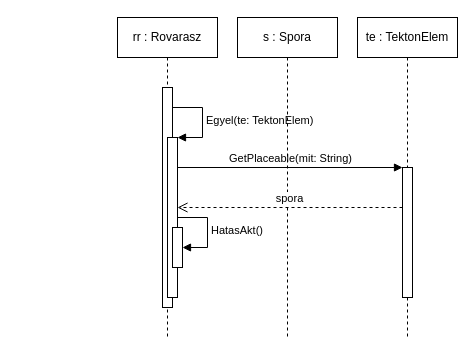
Before: UML/ujSzekvencia/Rovarasz_Egyel.drawio in CsipetCsapatProjlab/Project, a draw.io diagram. Source tidied: cells renumbered, new cells numbered last; positions are measured from the earlier drawing's top-left corner, leaving out a move shared by most shapes. Both pictures are drawn from the tidied source at 100%, with x=0, y=0 at pixel (117, 17).
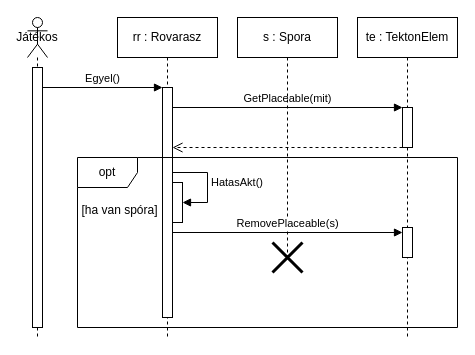
Above is the later version.

The change refers to these unchanged cells:
```xml
<mxCell id="2" value="rr : Rovarasz" style="shape=umlLifeline;perimeter=lifelinePerimeter;whiteSpace=wrap;html=1;newEdgeStyle={&quot;curved&quot;:0,&quot;rounded&quot;:0};" parent="1" vertex="1">
  <mxGeometry width="100" height="320" as="geometry" />
</mxCell>
<mxCell id="8" value="te : TektonElem" style="shape=umlLifeline;perimeter=lifelinePerimeter;whiteSpace=wrap;html=1;newEdgeStyle={&quot;curved&quot;:0,&quot;rounded&quot;:0};" parent="1" vertex="1">
  <mxGeometry x="240" width="100" height="320" as="geometry" />
</mxCell>
```

What changed in the source:
```diff
@@
     <mxCell id="3" style="html=1;points=[[0,0,0,0,5],[0,1,0,0,-5],[1,0,0,0,5],[1,1,0,0,-5]];perimeter=orthogonalPerimeter;outlineConnect=0;targetShapes=umlLifeline;portConstraint=eastwest;newEdgeStyle={&quot;curved&quot;:0,&quot;rounded&quot;:0};" parent="2" vertex="1">
-      <mxGeometry x="45" y="70" width="10" height="220" as="geometry" />
+      <mxGeometry x="45" y="70" width="10" height="230" as="geometry" />
     </mxCell>
-    <mxCell id="4" style="html=1;points=[[0,0,0,0,5],[0,1,0,0,-5],[1,0,0,0,5],[1,1,0,0,-5]];perimeter=orthogonalPerimeter;outlineConnect=0;targetShapes=umlLifeline;portConstraint=eastwest;newEdgeStyle={&quot;curved&quot;:0,&quot;rounded&quot;:0};" parent="2" vertex="1">
-      <mxGeometry x="50" y="120" width="10" height="160" as="geometry" />
-    </mxCell>
-    <mxCell id="5" value="Egyel(te: TektonElem)" style="html=1;align=left;spacingLeft=2;endArrow=block;rounded=0;edgeStyle=orthogonalEdgeStyle;curved=0;rounded=0;" parent="2" edge="1" target="4">
-      <mxGeometry relative="1" as="geometry">
-        <mxPoint x="55" y="90" as="sourcePoint" />
-        <Array as="points">
-          <mxPoint x="85" y="120" />
-        </Array>
-      </mxGeometry>
-    </mxCell>
     <mxCell id="6" style="html=1;points=[[0,0,0,0,5],[0,1,0,0,-5],[1,0,0,0,5],[1,1,0,0,-5]];perimeter=orthogonalPerimeter;outlineConnect=0;targetShapes=umlLifeline;portConstraint=eastwest;newEdgeStyle={&quot;curved&quot;:0,&quot;rounded&quot;:0};" parent="2" vertex="1">
-      <mxGeometry x="55" y="210" width="10" height="40" as="geometry" />
+      <mxGeometry x="55" y="165" width="10" height="40" as="geometry" />
     </mxCell>
-    <mxCell id="7" value="HatasAkt()" style="html=1;align=left;spacingLeft=2;endArrow=block;rounded=0;edgeStyle=orthogonalEdgeStyle;curved=0;rounded=0;" parent="2" edge="1" source="4" target="6">
+    <mxCell id="7" value="HatasAkt()" style="html=1;align=left;spacingLeft=2;endArrow=block;rounded=0;edgeStyle=orthogonalEdgeStyle;curved=0;rounded=0;" parent="2" edge="1" source="3" target="6">
       <mxGeometry relative="1" as="geometry">
         <Array as="points">
-          <mxPoint x="90" y="200" />
-          <mxPoint x="90" y="230" />
+          <mxPoint x="90" y="155" />
+          <mxPoint x="90" y="185" />
         </Array>
       </mxGeometry>
     </mxCell>
@@
     <mxCell id="9" style="html=1;points=[[0,0,0,0,5],[0,1,0,0,-5],[1,0,0,0,5],[1,1,0,0,-5]];perimeter=orthogonalPerimeter;outlineConnect=0;targetShapes=umlLifeline;portConstraint=eastwest;newEdgeStyle={&quot;curved&quot;:0,&quot;rounded&quot;:0};" parent="8" vertex="1">
-      <mxGeometry x="45" y="150" width="10" height="130" as="geometry" />
+      <mxGeometry x="45" y="90" width="10" height="40" as="geometry" />
     </mxCell>
+    <mxCell id="13" style="html=1;points=[[0,0,0,0,5],[0,1,0,0,-5],[1,0,0,0,5],[1,1,0,0,-5]];perimeter=orthogonalPerimeter;outlineConnect=0;targetShapes=umlLifeline;portConstraint=eastwest;newEdgeStyle={&quot;curved&quot;:0,&quot;rounded&quot;:0};" parent="8" vertex="1">
+      <mxGeometry x="45" y="210" width="10" height="30" as="geometry" />
+    </mxCell>
-    <mxCell id="10" value="GetPlaceable(mit: String)" style="html=1;verticalAlign=bottom;endArrow=block;curved=0;rounded=0;" parent="1" edge="1" target="9">
+    <mxCell id="10" value="GetPlaceable(mit)" style="html=1;verticalAlign=bottom;endArrow=block;curved=0;rounded=0;" parent="1" edge="1">
       <mxGeometry relative="1" as="geometry">
-        <mxPoint x="60" y="150" as="sourcePoint" />
+        <mxPoint x="55" y="90" as="sourcePoint" />
+        <mxPoint x="285" y="90" as="targetPoint" />
       </mxGeometry>
     </mxCell>
     <mxCell id="11" value="s : Spora" style="shape=umlLifeline;perimeter=lifelinePerimeter;whiteSpace=wrap;html=1;newEdgeStyle={&quot;curved&quot;:0,&quot;rounded&quot;:0};" parent="1" vertex="1">
-      <mxGeometry x="120" width="100" height="320" as="geometry" />
+      <mxGeometry x="120" width="100" height="240" as="geometry" />
     </mxCell>
-    <mxCell id="12" value="spora" style="html=1;verticalAlign=bottom;endArrow=open;dashed=1;endSize=8;curved=0;rounded=0;" parent="1" edge="1" source="9">
+    <mxCell id="12" style="html=1;verticalAlign=bottom;endArrow=open;dashed=1;endSize=8;curved=0;rounded=0;" parent="1" edge="1">
       <mxGeometry relative="1" as="geometry">
-        <mxPoint x="60" y="190" as="targetPoint" />
+        <mxPoint x="285" y="130" as="sourcePoint" />
+        <mxPoint x="55" y="130" as="targetPoint" />
       </mxGeometry>
     </mxCell>
+    <mxCell id="14" value="Játékos" style="shape=umlLifeline;perimeter=lifelinePerimeter;whiteSpace=wrap;html=1;newEdgeStyle={&quot;curved&quot;:0,&quot;rounded&quot;:0};participant=umlActor;" parent="1" vertex="1">
+      <mxGeometry x="-90" width="20" height="320" as="geometry" />
+    </mxCell>
+    <mxCell id="15" style="html=1;perimeter=orthogonalPerimeter;targetShapes=umlLifeline;newEdgeStyle={&quot;curved&quot;:0,&quot;rounded&quot;:0};" parent="14" vertex="1">
+      <mxGeometry x="5" y="50" width="10" height="260" as="geometry" />
+    </mxCell>
+    <mxCell id="16" value="Egyel()" style="html=1;verticalAlign=bottom;endArrow=block;curved=0;rounded=0;" parent="1" edge="1">
+      <mxGeometry relative="1" as="geometry">
+        <mxPoint x="-75" y="70" as="sourcePoint" />
+        <mxPoint x="45" y="70" as="targetPoint" />
+      </mxGeometry>
+    </mxCell>
+    <mxCell id="17" value="RemovePlaceable(s)" style="html=1;verticalAlign=bottom;endArrow=block;curved=0;rounded=0;entryX=0;entryY=0;entryDx=0;entryDy=5;" parent="1" edge="1" source="3" target="13">
+      <mxGeometry relative="1" as="geometry" />
+    </mxCell>
+    <mxCell id="18" value="opt" style="shape=umlFrame;whiteSpace=wrap;html=1;" parent="1" vertex="1">
+      <mxGeometry x="-40" y="140" width="380" height="170" as="geometry" />
+    </mxCell>
+    <mxCell id="19" value="[ha van spóra]" style="text;html=1;align=center;verticalAlign=middle;strokeColor=none;fillColor=none;" parent="1" vertex="1">
+      <mxGeometry x="-48" y="178" width="100" height="30" as="geometry" />
+    </mxCell>
+    <mxCell id="20" style="shape=umlDestroy;whiteSpace=wrap;html=1;strokeWidth=3;targetShapes=umlLifeline;" parent="1" vertex="1">
+      <mxGeometry x="155" y="225" width="30" height="30" as="geometry" />
+    </mxCell>
```
